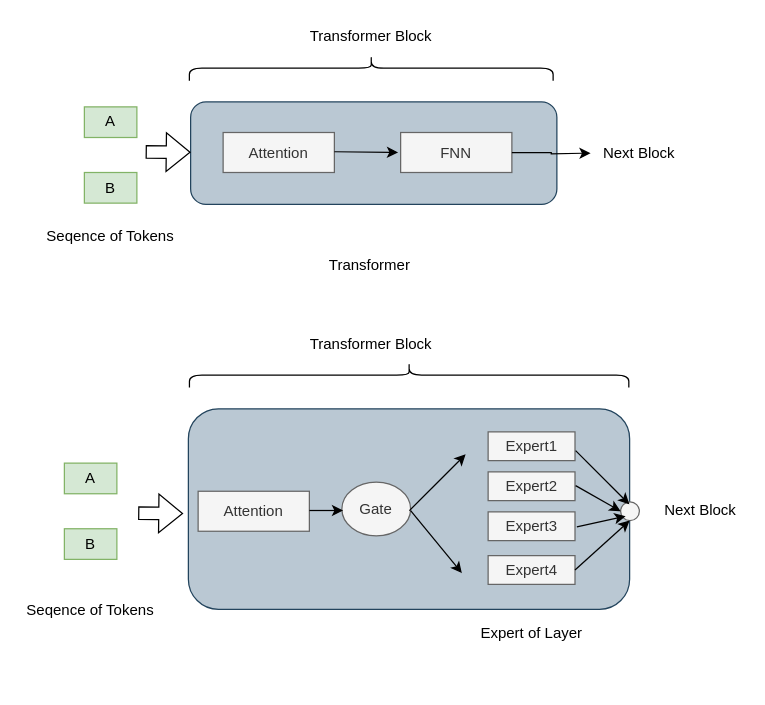
Before: EdgeMoE.drawio in HanYang1385/Master-Thesis, a draw.io diagram. Source tidied: cells renumbered, new cells numbered last; positions are measured from the earlier drawing's top-left corner, leaving out a move shared by most shapes. Both pictures are drawn from the tidied source at 125%, with x=0, y=0 at pixel (21, -115).
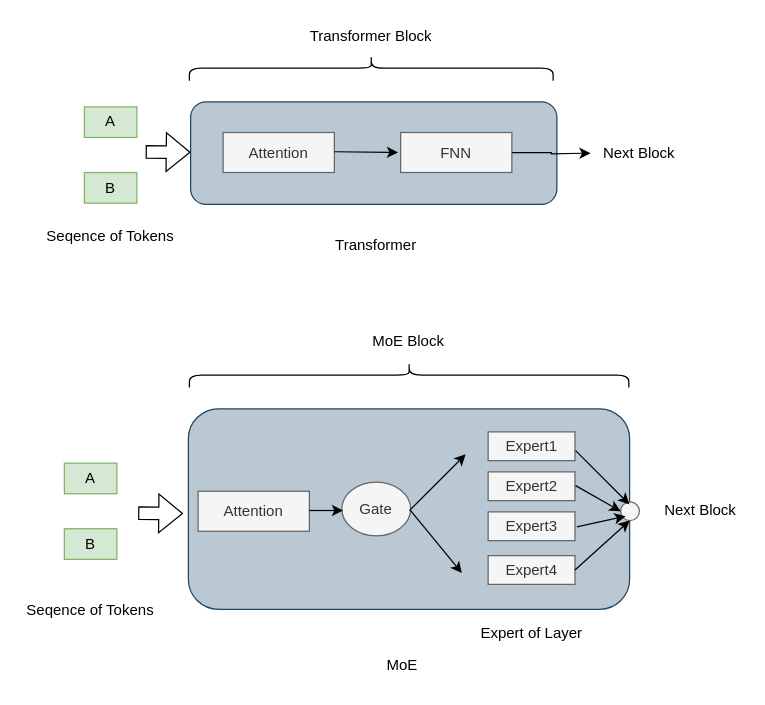
After the change.

Change to the diagram source:
```diff
@@
     <mxCell id="14" value="Transformer" style="text;html=1;strokeColor=none;fillColor=none;align=center;verticalAlign=middle;whiteSpace=wrap;rounded=0;" parent="1" vertex="1">
-      <mxGeometry x="235" y="289" width="87" height="30" as="geometry" />
+      <mxGeometry x="240" y="273" width="87" height="30" as="geometry" />
     </mxCell>
@@
-    <mxCell id="22" value="Transformer Block" style="text;html=1;strokeColor=none;fillColor=none;align=center;verticalAlign=middle;whiteSpace=wrap;rounded=0;" parent="1" vertex="1">
-      <mxGeometry x="223" y="354.5" width="113" height="24" as="geometry" />
+    <mxCell id="22" value="MoE Block" style="text;html=1;strokeColor=none;fillColor=none;align=center;verticalAlign=middle;whiteSpace=wrap;rounded=0;" parent="1" vertex="1">
+      <mxGeometry x="253.2" y="353" width="113" height="24" as="geometry" />
     </mxCell>
@@
+    <mxCell id="38" value="MoE" style="text;html=1;strokeColor=none;fillColor=none;align=center;verticalAlign=middle;whiteSpace=wrap;rounded=0;" parent="1" vertex="1">
+      <mxGeometry x="261" y="609" width="87" height="30" as="geometry" />
+    </mxCell>
```
